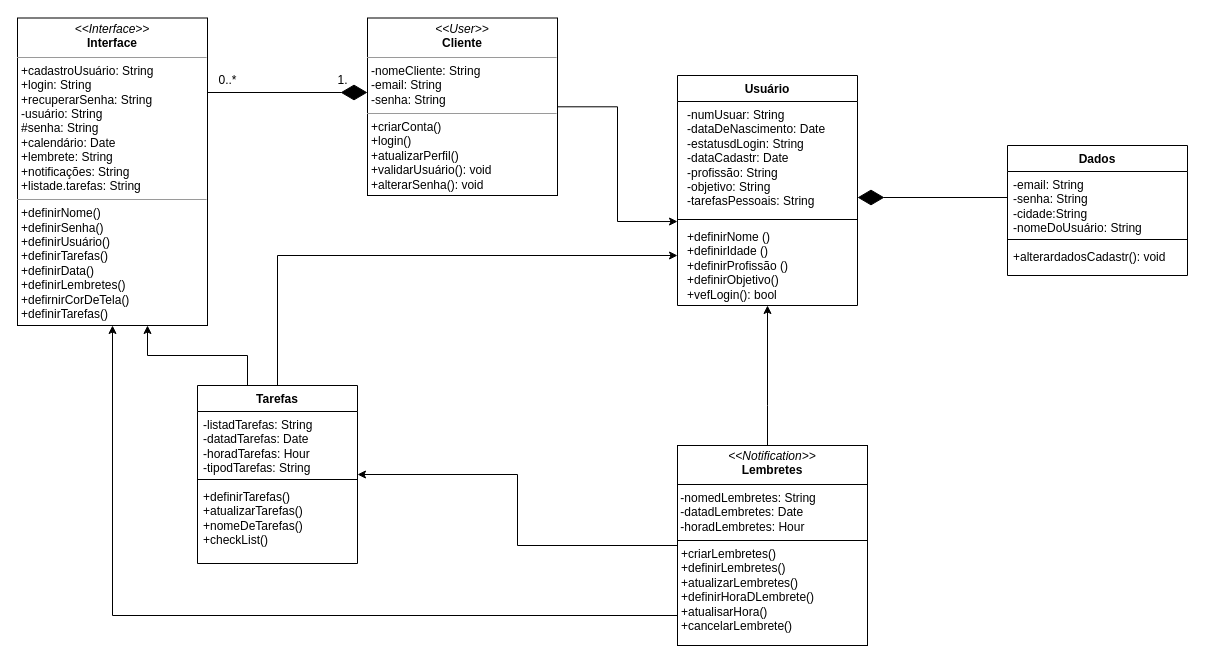
This is docs/img/Diagrama de classe.drawio from ICEI-PUC-Minas-PMV-ADS/pmv-ads-2024-1-e2-proj-int-t3-grupo03, a draw.io file, before an edit. Source tidied: cells renumbered, new cells numbered last; positions are measured from the earlier drawing's top-left corner, leaving out a move shared by most shapes. Both pictures are drawn from the tidied source at 100%, with x=0, y=0 at pixel (17, 17).
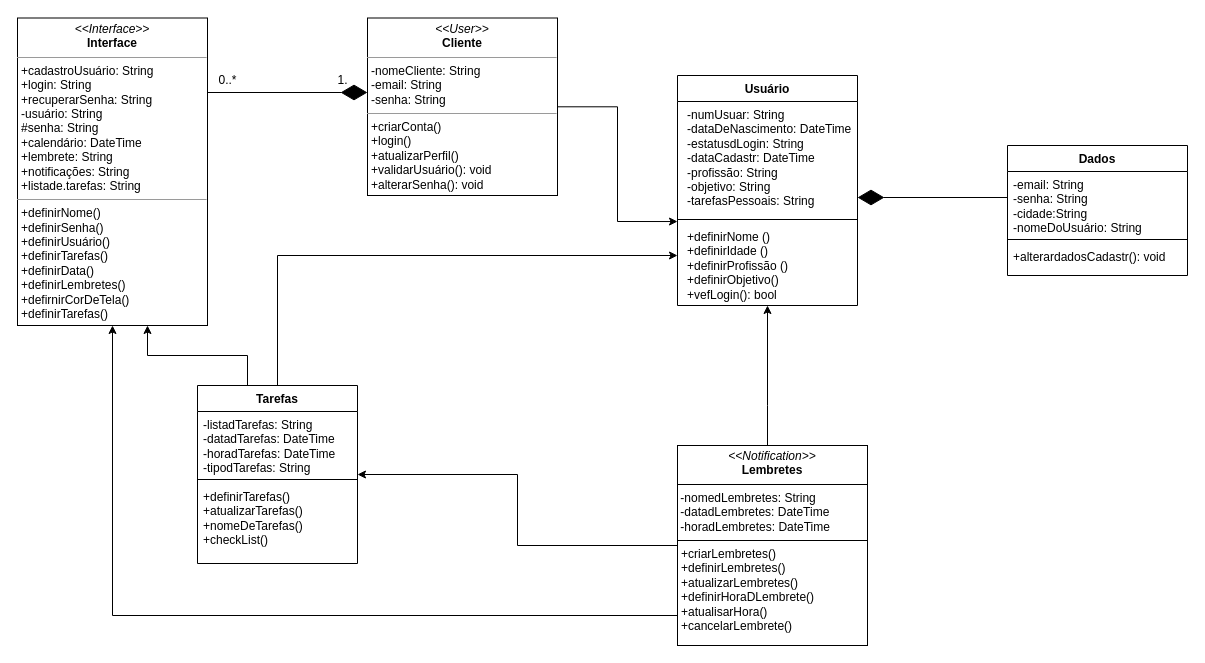
After the change.

Commit message:
Diagrama de classe KIPA.drawio

Unchanged cells that the change refers to:
```xml
<mxCell id="6" value="Usuário" style="swimlane;fontStyle=1;align=center;verticalAlign=top;horizontal=1;startSize=26;whiteSpace=wrap;html=1;" parent="1" vertex="1">
  <mxGeometry x="660" y="58" width="180" height="230" as="geometry" />
</mxCell>
<mxCell id="12" value="Tarefas" style="swimlane;fontStyle=1;align=center;verticalAlign=top;horizontal=1;startSize=26;whiteSpace=wrap;html=1;" parent="1" vertex="1">
  <mxGeometry x="180" y="368" width="160" height="178" as="geometry" />
</mxCell>
```

Diff of the diagram source:
```diff
@@
-    <mxCell id="2" value="&lt;p style=&quot;margin:0px;margin-top:4px;text-align:center;&quot;&gt;&lt;i&gt;&amp;lt;&amp;lt;Interface&amp;gt;&amp;gt;&lt;/i&gt;&lt;br&gt;&lt;b&gt;Interface&lt;/b&gt;&lt;/p&gt;&lt;hr size=&quot;1&quot;&gt;&lt;p style=&quot;margin:0px;margin-left:4px;&quot;&gt;+cadastroUsuário:&amp;nbsp;&lt;span style=&quot;background-color: initial;&quot;&gt;String&lt;/span&gt;&lt;/p&gt;&lt;p style=&quot;margin:0px;margin-left:4px;&quot;&gt;+login:&amp;nbsp;&lt;span style=&quot;background-color: initial;&quot;&gt;String&lt;/span&gt;&lt;/p&gt;&lt;p style=&quot;margin:0px;margin-left:4px;&quot;&gt;+recuperarSenha:&amp;nbsp;&lt;span style=&quot;background-color: initial;&quot;&gt;String&lt;/span&gt;&lt;/p&gt;&lt;p style=&quot;margin:0px;margin-left:4px;&quot;&gt;&lt;span style=&quot;background-color: initial;&quot;&gt;-usuário:&amp;nbsp;&lt;/span&gt;&lt;span style=&quot;background-color: initial;&quot;&gt;String&lt;/span&gt;&lt;/p&gt;&lt;p style=&quot;margin:0px;margin-left:4px;&quot;&gt;&lt;span style=&quot;background-color: initial;&quot;&gt;#senha:&amp;nbsp;&lt;/span&gt;&lt;span style=&quot;background-color: initial;&quot;&gt;String&lt;/span&gt;&lt;/p&gt;&lt;p style=&quot;margin:0px;margin-left:4px;&quot;&gt;+calendário: Date&lt;/p&gt;&lt;p style=&quot;margin:0px;margin-left:4px;&quot;&gt;+lembrete:&amp;nbsp;&lt;span style=&quot;background-color: initial;&quot;&gt;String&lt;/span&gt;&lt;/p&gt;&lt;p style=&quot;margin:0px;margin-left:4px;&quot;&gt;+notificações:&amp;nbsp;&lt;span style=&quot;background-color: initial;&quot;&gt;String&lt;/span&gt;&lt;/p&gt;&lt;p style=&quot;margin:0px;margin-left:4px;&quot;&gt;&lt;span style=&quot;background-color: initial;&quot;&gt;+listade.tarefas:&amp;nbsp;&lt;/span&gt;&lt;span style=&quot;background-color: initial;&quot;&gt;String&lt;/span&gt;&lt;/p&gt;&lt;hr size=&quot;1&quot;&gt;&lt;p style=&quot;margin:0px;margin-left:4px;&quot;&gt;+definirNome()&lt;/p&gt;&lt;p style=&quot;margin:0px;margin-left:4px;&quot;&gt;+definirSenha()&lt;/p&gt;&lt;p style=&quot;margin:0px;margin-left:4px;&quot;&gt;+definirUsuário()&lt;/p&gt;&lt;p style=&quot;margin:0px;margin-left:4px;&quot;&gt;+definirTarefas()&lt;/p&gt;&lt;p style=&quot;margin:0px;margin-left:4px;&quot;&gt;+definirData()&lt;br&gt;&lt;/p&gt;&lt;p style=&quot;margin:0px;margin-left:4px;&quot;&gt;+definirLembretes()&lt;/p&gt;&lt;p style=&quot;margin:0px;margin-left:4px;&quot;&gt;+defirnirCorDeTela()&lt;/p&gt;&lt;p style=&quot;margin:0px;margin-left:4px;&quot;&gt;+definirTarefas()&lt;/p&gt;&lt;p style=&quot;margin: 0px 0px 0px 4px;&quot;&gt;&lt;br&gt;&lt;/p&gt;&lt;p style=&quot;margin:0px;margin-left:4px;&quot;&gt;&lt;br&gt;&lt;/p&gt;&lt;p style=&quot;margin:0px;margin-left:4px;&quot;&gt;&lt;br&gt;&lt;/p&gt;&lt;p style=&quot;margin:0px;margin-left:4px;&quot;&gt;&lt;br&gt;&lt;/p&gt;" style="verticalAlign=top;align=left;overflow=fill;fontSize=12;fontFamily=Helvetica;html=1;rounded=0;shadow=0;comic=0;labelBackgroundColor=none;strokeWidth=1;" parent="1" vertex="1">
+    <mxCell id="2" value="&lt;p style=&quot;margin:0px;margin-top:4px;text-align:center;&quot;&gt;&lt;i&gt;&amp;lt;&amp;lt;Interface&amp;gt;&amp;gt;&lt;/i&gt;&lt;br&gt;&lt;b&gt;Interface&lt;/b&gt;&lt;/p&gt;&lt;hr size=&quot;1&quot;&gt;&lt;p style=&quot;margin:0px;margin-left:4px;&quot;&gt;+cadastroUsuário:&amp;nbsp;&lt;span style=&quot;background-color: initial;&quot;&gt;String&lt;/span&gt;&lt;/p&gt;&lt;p style=&quot;margin:0px;margin-left:4px;&quot;&gt;+login:&amp;nbsp;&lt;span style=&quot;background-color: initial;&quot;&gt;String&lt;/span&gt;&lt;/p&gt;&lt;p style=&quot;margin:0px;margin-left:4px;&quot;&gt;+recuperarSenha:&amp;nbsp;&lt;span style=&quot;background-color: initial;&quot;&gt;String&lt;/span&gt;&lt;/p&gt;&lt;p style=&quot;margin:0px;margin-left:4px;&quot;&gt;&lt;span style=&quot;background-color: initial;&quot;&gt;-usuário:&amp;nbsp;&lt;/span&gt;&lt;span style=&quot;background-color: initial;&quot;&gt;String&lt;/span&gt;&lt;/p&gt;&lt;p style=&quot;margin:0px;margin-left:4px;&quot;&gt;&lt;span style=&quot;background-color: initial;&quot;&gt;#senha:&amp;nbsp;&lt;/span&gt;&lt;span style=&quot;background-color: initial;&quot;&gt;String&lt;/span&gt;&lt;/p&gt;&lt;p style=&quot;margin:0px;margin-left:4px;&quot;&gt;+calendário:&amp;nbsp;&lt;span style=&quot;background-color: initial;&quot;&gt;DateTime&lt;/span&gt;&lt;/p&gt;&lt;p style=&quot;margin:0px;margin-left:4px;&quot;&gt;+lembrete:&amp;nbsp;&lt;span style=&quot;background-color: initial;&quot;&gt;String&lt;/span&gt;&lt;/p&gt;&lt;p style=&quot;margin:0px;margin-left:4px;&quot;&gt;+notificações:&amp;nbsp;&lt;span style=&quot;background-color: initial;&quot;&gt;String&lt;/span&gt;&lt;/p&gt;&lt;p style=&quot;margin:0px;margin-left:4px;&quot;&gt;&lt;span style=&quot;background-color: initial;&quot;&gt;+listade.tarefas:&amp;nbsp;&lt;/span&gt;&lt;span style=&quot;background-color: initial;&quot;&gt;String&lt;/span&gt;&lt;/p&gt;&lt;hr size=&quot;1&quot;&gt;&lt;p style=&quot;margin:0px;margin-left:4px;&quot;&gt;+definirNome()&lt;/p&gt;&lt;p style=&quot;margin:0px;margin-left:4px;&quot;&gt;+definirSenha()&lt;/p&gt;&lt;p style=&quot;margin:0px;margin-left:4px;&quot;&gt;+definirUsuário()&lt;/p&gt;&lt;p style=&quot;margin:0px;margin-left:4px;&quot;&gt;+definirTarefas()&lt;/p&gt;&lt;p style=&quot;margin:0px;margin-left:4px;&quot;&gt;+definirData()&lt;br&gt;&lt;/p&gt;&lt;p style=&quot;margin:0px;margin-left:4px;&quot;&gt;+definirLembretes()&lt;/p&gt;&lt;p style=&quot;margin:0px;margin-left:4px;&quot;&gt;+defirnirCorDeTela()&lt;/p&gt;&lt;p style=&quot;margin:0px;margin-left:4px;&quot;&gt;+definirTarefas()&lt;/p&gt;&lt;p style=&quot;margin: 0px 0px 0px 4px;&quot;&gt;&lt;br&gt;&lt;/p&gt;&lt;p style=&quot;margin:0px;margin-left:4px;&quot;&gt;&lt;br&gt;&lt;/p&gt;&lt;p style=&quot;margin:0px;margin-left:4px;&quot;&gt;&lt;br&gt;&lt;/p&gt;&lt;p style=&quot;margin:0px;margin-left:4px;&quot;&gt;&lt;br&gt;&lt;/p&gt;" style="verticalAlign=top;align=left;overflow=fill;fontSize=12;fontFamily=Helvetica;html=1;rounded=0;shadow=0;comic=0;labelBackgroundColor=none;strokeWidth=1;" parent="1" vertex="1">
       <mxGeometry y="0.5" width="190" height="307.5" as="geometry" />
     </mxCell>
@@
-    <mxCell id="7" value="&lt;p style=&quot;text-wrap: nowrap; margin: 0px 0px 0px 4px;&quot;&gt;-numUsuar:&amp;nbsp;&lt;span style=&quot;background-color: initial;&quot;&gt;String&lt;/span&gt;&lt;/p&gt;&lt;p style=&quot;text-wrap: nowrap; margin: 0px 0px 0px 4px;&quot;&gt;-dataDeNascimento: Date&lt;/p&gt;&lt;p style=&quot;text-wrap: nowrap; margin: 0px 0px 0px 4px;&quot;&gt;-estatusdLogin:&amp;nbsp;&lt;span style=&quot;background-color: initial;&quot;&gt;String&lt;/span&gt;&lt;/p&gt;&lt;p style=&quot;text-wrap: nowrap; margin: 0px 0px 0px 4px;&quot;&gt;&lt;span style=&quot;background-color: initial;&quot;&gt;-dataCadastr: Date&lt;/span&gt;&lt;/p&gt;&lt;p style=&quot;text-wrap: nowrap; margin: 0px 0px 0px 4px;&quot;&gt;-profissão: String&lt;/p&gt;&lt;p style=&quot;text-wrap: nowrap; margin: 0px 0px 0px 4px;&quot;&gt;-objetivo: String&lt;/p&gt;&lt;p style=&quot;text-wrap: nowrap; margin: 0px 0px 0px 4px;&quot;&gt;-tarefasPessoais: String&lt;/p&gt;&lt;p style=&quot;text-wrap: nowrap; margin: 0px 0px 0px 4px;&quot;&gt;&lt;br&gt;&lt;/p&gt;" style="text;strokeColor=none;fillColor=none;align=left;verticalAlign=top;spacingLeft=4;spacingRight=4;overflow=hidden;points=[[0,0.5],[1,0.5]];portConstraint=eastwest;whiteSpace=wrap;html=1;" parent="6" vertex="1">
+    <mxCell id="7" value="&lt;p style=&quot;text-wrap: nowrap; margin: 0px 0px 0px 4px;&quot;&gt;-numUsuar:&amp;nbsp;&lt;span style=&quot;background-color: initial;&quot;&gt;String&lt;/span&gt;&lt;/p&gt;&lt;p style=&quot;text-wrap: nowrap; margin: 0px 0px 0px 4px;&quot;&gt;-dataDeNascimento:&amp;nbsp;&lt;span style=&quot;background-color: initial;&quot;&gt;DateTime&lt;/span&gt;&lt;/p&gt;&lt;p style=&quot;text-wrap: nowrap; margin: 0px 0px 0px 4px;&quot;&gt;-estatusdLogin:&amp;nbsp;&lt;span style=&quot;background-color: initial;&quot;&gt;String&lt;/span&gt;&lt;/p&gt;&lt;p style=&quot;text-wrap: nowrap; margin: 0px 0px 0px 4px;&quot;&gt;&lt;span style=&quot;background-color: initial;&quot;&gt;-dataCadastr:&amp;nbsp;&lt;/span&gt;&lt;span style=&quot;background-color: initial;&quot;&gt;DateTime&lt;/span&gt;&lt;/p&gt;&lt;p style=&quot;text-wrap: nowrap; margin: 0px 0px 0px 4px;&quot;&gt;-profissão: String&lt;/p&gt;&lt;p style=&quot;text-wrap: nowrap; margin: 0px 0px 0px 4px;&quot;&gt;-objetivo: String&lt;/p&gt;&lt;p style=&quot;text-wrap: nowrap; margin: 0px 0px 0px 4px;&quot;&gt;-tarefasPessoais: String&lt;/p&gt;&lt;p style=&quot;text-wrap: nowrap; margin: 0px 0px 0px 4px;&quot;&gt;&lt;br&gt;&lt;/p&gt;" style="text;strokeColor=none;fillColor=none;align=left;verticalAlign=top;spacingLeft=4;spacingRight=4;overflow=hidden;points=[[0,0.5],[1,0.5]];portConstraint=eastwest;whiteSpace=wrap;html=1;" parent="6" vertex="1">
       <mxGeometry y="26" width="180" height="114" as="geometry" />
     </mxCell>
@@
-    <mxCell id="13" value="-listadTarefas:&amp;nbsp;&lt;span style=&quot;text-wrap: nowrap;&quot;&gt;String&lt;/span&gt;&lt;div&gt;&lt;span style=&quot;background-color: initial;&quot;&gt;&lt;span style=&quot;text-wrap: nowrap;&quot;&gt;-datadTarefas: Date&lt;/span&gt;&lt;/span&gt;&lt;/div&gt;&lt;div&gt;&lt;span style=&quot;background-color: initial;&quot;&gt;&lt;span style=&quot;text-wrap: nowrap;&quot;&gt;-horadTarefas: Hour&lt;/span&gt;&lt;/span&gt;&lt;/div&gt;&lt;div&gt;&lt;span style=&quot;background-color: initial;&quot;&gt;&lt;span style=&quot;text-wrap: nowrap;&quot;&gt;-tipodTarefas:&amp;nbsp;&lt;/span&gt;&lt;/span&gt;&lt;span style=&quot;text-wrap: nowrap; background-color: initial;&quot;&gt;String&lt;/span&gt;&lt;/div&gt;" style="text;strokeColor=none;fillColor=none;align=left;verticalAlign=top;spacingLeft=4;spacingRight=4;overflow=hidden;whiteSpace=wrap;html=1;" parent="12" vertex="1">
+    <mxCell id="13" value="-listadTarefas:&amp;nbsp;&lt;span style=&quot;text-wrap: nowrap;&quot;&gt;String&lt;/span&gt;&lt;div&gt;&lt;span style=&quot;background-color: initial;&quot;&gt;&lt;span style=&quot;text-wrap: nowrap;&quot;&gt;-datadTarefas: DateTime&lt;/span&gt;&lt;/span&gt;&lt;/div&gt;&lt;div&gt;&lt;span style=&quot;background-color: initial;&quot;&gt;&lt;span style=&quot;text-wrap: nowrap;&quot;&gt;-horadTarefas:&amp;nbsp;&lt;/span&gt;&lt;/span&gt;&lt;span style=&quot;text-wrap: nowrap; background-color: initial;&quot;&gt;DateTime&lt;/span&gt;&lt;/div&gt;&lt;div&gt;&lt;span style=&quot;background-color: initial;&quot;&gt;&lt;span style=&quot;text-wrap: nowrap;&quot;&gt;-tipodTarefas:&amp;nbsp;&lt;/span&gt;&lt;/span&gt;&lt;span style=&quot;text-wrap: nowrap; background-color: initial;&quot;&gt;String&lt;/span&gt;&lt;/div&gt;" style="text;strokeColor=none;fillColor=none;align=left;verticalAlign=top;spacingLeft=4;spacingRight=4;overflow=hidden;whiteSpace=wrap;html=1;" parent="12" vertex="1">
       <mxGeometry y="26" width="160" height="64" as="geometry" />
     </mxCell>
@@
-    <mxCell id="21" value="&lt;p style=&quot;margin:0px;margin-top:4px;text-align:center;&quot;&gt;&lt;i&gt;&amp;lt;&amp;lt;Notification&amp;gt;&amp;gt;&lt;/i&gt;&lt;br&gt;&lt;b&gt;Lembretes&lt;/b&gt;&lt;/p&gt;&lt;hr size=&quot;1&quot; style=&quot;border-style:solid;&quot;&gt;&lt;div&gt;&lt;span style=&quot;text-wrap: nowrap;&quot;&gt;&amp;nbsp;-nomedLembretes:&amp;nbsp;&lt;/span&gt;&lt;span style=&quot;text-wrap: nowrap; background-color: initial;&quot;&gt;String&lt;/span&gt;&lt;span style=&quot;background-color: initial;&quot;&gt;&lt;span style=&quot;text-wrap: nowrap;&quot;&gt;&lt;br&gt;&lt;/span&gt;&lt;/span&gt;&lt;/div&gt;&lt;div&gt;&lt;span style=&quot;background-color: initial;&quot;&gt;&lt;span style=&quot;text-wrap: nowrap;&quot;&gt;&amp;nbsp;-datadLembretes: Date&lt;/span&gt;&lt;/span&gt;&lt;/div&gt;&lt;div&gt;&lt;span style=&quot;background-color: initial;&quot;&gt;&lt;span style=&quot;text-wrap: nowrap;&quot;&gt;&amp;nbsp;-horadLembretes: Hour&lt;/span&gt;&lt;/span&gt;&lt;/div&gt;&lt;hr size=&quot;1&quot; style=&quot;border-style:solid;&quot;&gt;&lt;p style=&quot;margin:0px;margin-left:4px;&quot;&gt;&lt;span style=&quot;text-wrap: nowrap;&quot;&gt;+criarLembretes()&lt;/span&gt;&lt;span style=&quot;text-wrap: nowrap;&quot;&gt;&lt;br&gt;&lt;/span&gt;&lt;/p&gt;&lt;p style=&quot;margin:0px;margin-left:4px;&quot;&gt;&lt;span style=&quot;text-wrap: nowrap;&quot;&gt;+definirLembretes()&lt;/span&gt;&lt;br&gt;&lt;/p&gt;&lt;p style=&quot;margin:0px;margin-left:4px;&quot;&gt;&lt;span style=&quot;text-wrap: nowrap;&quot;&gt;+atualizarLembretes()&lt;/span&gt;&lt;/p&gt;&lt;p style=&quot;margin:0px;margin-left:4px;&quot;&gt;&lt;span style=&quot;text-wrap: nowrap;&quot;&gt;+definirHoraDLembrete()&lt;/span&gt;&lt;/p&gt;&lt;p style=&quot;margin:0px;margin-left:4px;&quot;&gt;&lt;span style=&quot;text-wrap: nowrap;&quot;&gt;+atualisarHora()&lt;/span&gt;&lt;/p&gt;&lt;p style=&quot;margin:0px;margin-left:4px;&quot;&gt;&lt;span style=&quot;text-wrap: nowrap;&quot;&gt;+cancelarLembrete()&lt;/span&gt;&lt;/p&gt;" style="verticalAlign=top;align=left;overflow=fill;html=1;whiteSpace=wrap;" parent="1" vertex="1">
+    <mxCell id="21" value="&lt;p style=&quot;margin:0px;margin-top:4px;text-align:center;&quot;&gt;&lt;i&gt;&amp;lt;&amp;lt;Notification&amp;gt;&amp;gt;&lt;/i&gt;&lt;br&gt;&lt;b&gt;Lembretes&lt;/b&gt;&lt;/p&gt;&lt;hr size=&quot;1&quot; style=&quot;border-style:solid;&quot;&gt;&lt;div&gt;&lt;span style=&quot;text-wrap: nowrap;&quot;&gt;&amp;nbsp;-nomedLembretes:&amp;nbsp;&lt;/span&gt;&lt;span style=&quot;text-wrap: nowrap; background-color: initial;&quot;&gt;String&lt;/span&gt;&lt;span style=&quot;background-color: initial;&quot;&gt;&lt;span style=&quot;text-wrap: nowrap;&quot;&gt;&lt;br&gt;&lt;/span&gt;&lt;/span&gt;&lt;/div&gt;&lt;div&gt;&lt;span style=&quot;background-color: initial;&quot;&gt;&lt;span style=&quot;text-wrap: nowrap;&quot;&gt;&amp;nbsp;-datadLembretes:&amp;nbsp;&lt;/span&gt;&lt;/span&gt;&lt;span style=&quot;text-wrap: nowrap; background-color: initial;&quot;&gt;DateTime&lt;/span&gt;&lt;/div&gt;&lt;div&gt;&lt;span style=&quot;background-color: initial;&quot;&gt;&lt;span style=&quot;text-wrap: nowrap;&quot;&gt;&amp;nbsp;-horadLembretes:&amp;nbsp;&lt;/span&gt;&lt;/span&gt;&lt;span style=&quot;text-wrap: nowrap; background-color: initial;&quot;&gt;DateTime&lt;/span&gt;&lt;/div&gt;&lt;hr size=&quot;1&quot; style=&quot;border-style:solid;&quot;&gt;&lt;p style=&quot;margin:0px;margin-left:4px;&quot;&gt;&lt;span style=&quot;text-wrap: nowrap;&quot;&gt;+criarLembretes()&lt;/span&gt;&lt;span style=&quot;text-wrap: nowrap;&quot;&gt;&lt;br&gt;&lt;/span&gt;&lt;/p&gt;&lt;p style=&quot;margin:0px;margin-left:4px;&quot;&gt;&lt;span style=&quot;text-wrap: nowrap;&quot;&gt;+definirLembretes()&lt;/span&gt;&lt;br&gt;&lt;/p&gt;&lt;p style=&quot;margin:0px;margin-left:4px;&quot;&gt;&lt;span style=&quot;text-wrap: nowrap;&quot;&gt;+atualizarLembretes()&lt;/span&gt;&lt;/p&gt;&lt;p style=&quot;margin:0px;margin-left:4px;&quot;&gt;&lt;span style=&quot;text-wrap: nowrap;&quot;&gt;+definirHoraDLembrete()&lt;/span&gt;&lt;/p&gt;&lt;p style=&quot;margin:0px;margin-left:4px;&quot;&gt;&lt;span style=&quot;text-wrap: nowrap;&quot;&gt;+atualisarHora()&lt;/span&gt;&lt;/p&gt;&lt;p style=&quot;margin:0px;margin-left:4px;&quot;&gt;&lt;span style=&quot;text-wrap: nowrap;&quot;&gt;+cancelarLembrete()&lt;/span&gt;&lt;/p&gt;" style="verticalAlign=top;align=left;overflow=fill;html=1;whiteSpace=wrap;" parent="1" vertex="1">
       <mxGeometry x="660" y="428" width="190" height="200" as="geometry" />
     </mxCell>
```
